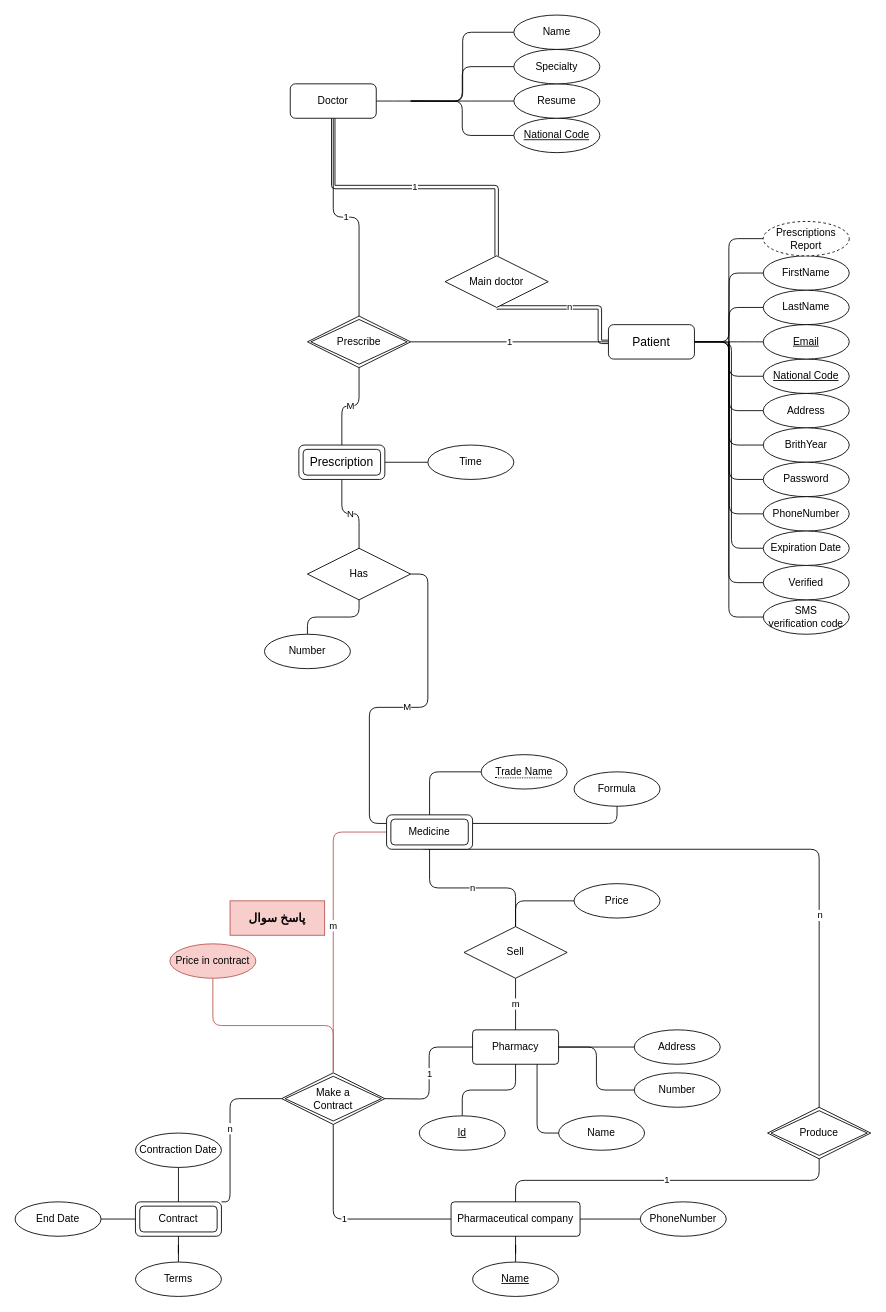
Earlier version of the draw.io diagram Untitled Diagram.drawio (yasharzb/Health-Management). Source tidied: cells renumbered, new cells numbered last; positions are measured from the earlier drawing's top-left corner, leaving out a move shared by most shapes. Both pictures are drawn from the tidied source at 86%, with x=0, y=0 at pixel (15, 15).
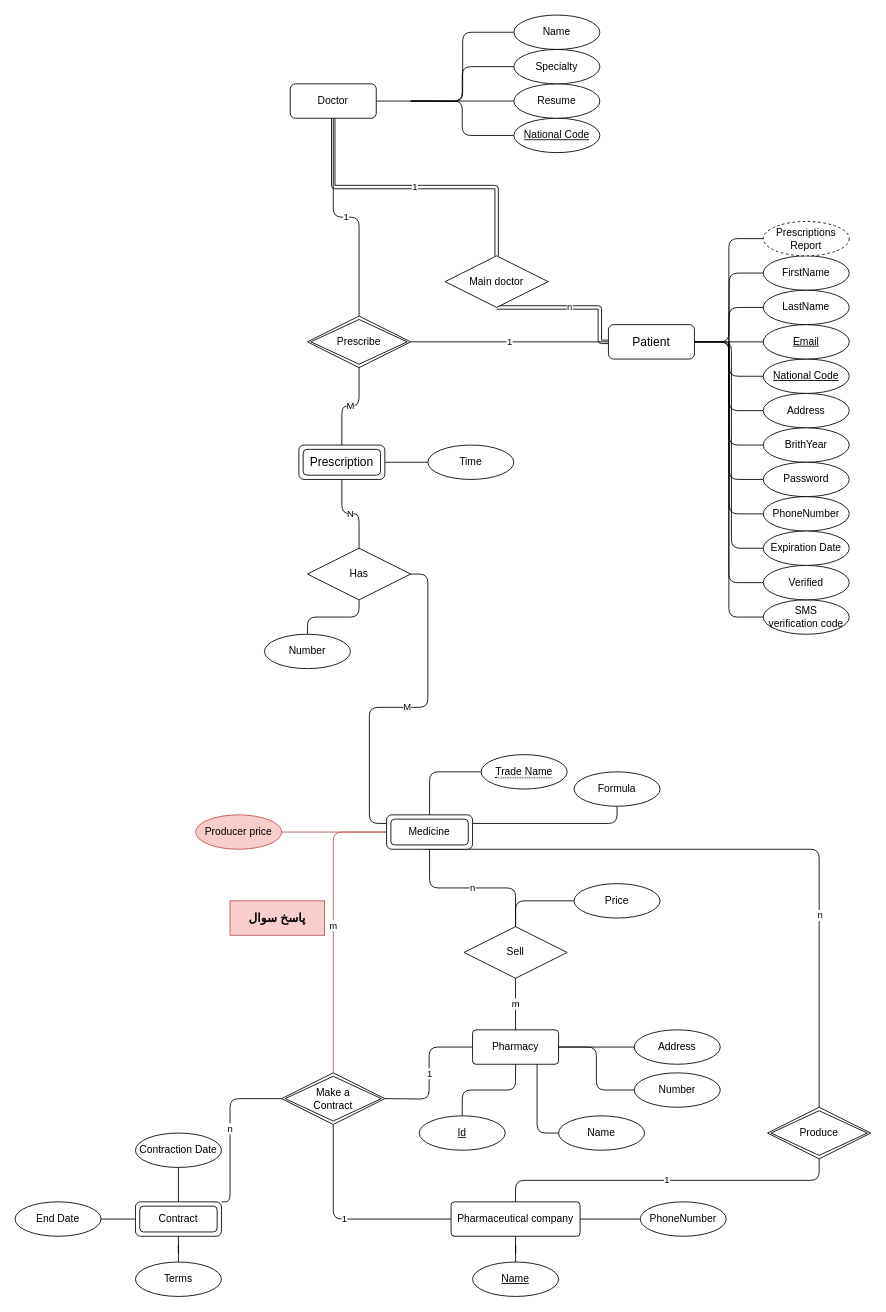
The same diagram, later.

Commit message:
Fix producer price attr.

Unchanged cells that the change refers to:
```xml
<mxCell id="64" value="Make a&lt;br&gt;Contract" style="shape=rhombus;double=1;perimeter=rhombusPerimeter;whiteSpace=wrap;html=1;align=center;" parent="1" vertex="1">
  <mxGeometry x="310" y="1230" width="120" height="60" as="geometry" />
</mxCell>
<mxCell id="71" value="Medicine" style="shape=ext;margin=3;double=1;whiteSpace=wrap;html=1;align=center;rounded=1;" parent="1" vertex="1">
  <mxGeometry x="432" y="930" width="100" height="40" as="geometry" />
</mxCell>
```

The edit, as a diff of the source:
```diff
@@
-    <mxCell id="94" style="edgeStyle=orthogonalEdgeStyle;rounded=1;jettySize=auto;html=1;exitX=0.5;exitY=1;exitDx=0;exitDy=0;entryX=0.5;entryY=0;entryDx=0;entryDy=0;endArrow=none;endFill=0;fillColor=#f8cecc;strokeColor=#b85450;" parent="1" edge="1" source="95" target="64">
-      <mxGeometry relative="1" as="geometry" />
-    </mxCell>
-    <mxCell id="95" value="Price in contract" style="ellipse;whiteSpace=wrap;html=1;align=center;fillColor=#f8cecc;strokeColor=#b85450;" parent="1" vertex="1">
-      <mxGeometry x="180" y="1080" width="100" height="40" as="geometry" />
-    </mxCell>
@@
+    <mxCell id="97" style="edgeStyle=orthogonalEdgeStyle;rounded=1;jettySize=auto;html=1;exitX=1;exitY=0.5;exitDx=0;exitDy=0;entryX=0;entryY=0.5;entryDx=0;entryDy=0;endArrow=none;endFill=0;fillColor=#f8cecc;strokeColor=#b85450;" parent="1" edge="1" source="98" target="71">
+      <mxGeometry relative="1" as="geometry" />
+    </mxCell>
+    <mxCell id="98" value="Producer price" style="ellipse;whiteSpace=wrap;html=1;align=center;fillColor=#f8cecc;strokeColor=#b85450;" parent="1" vertex="1">
+      <mxGeometry x="210" y="930" width="100" height="40" as="geometry" />
+    </mxCell>
```
